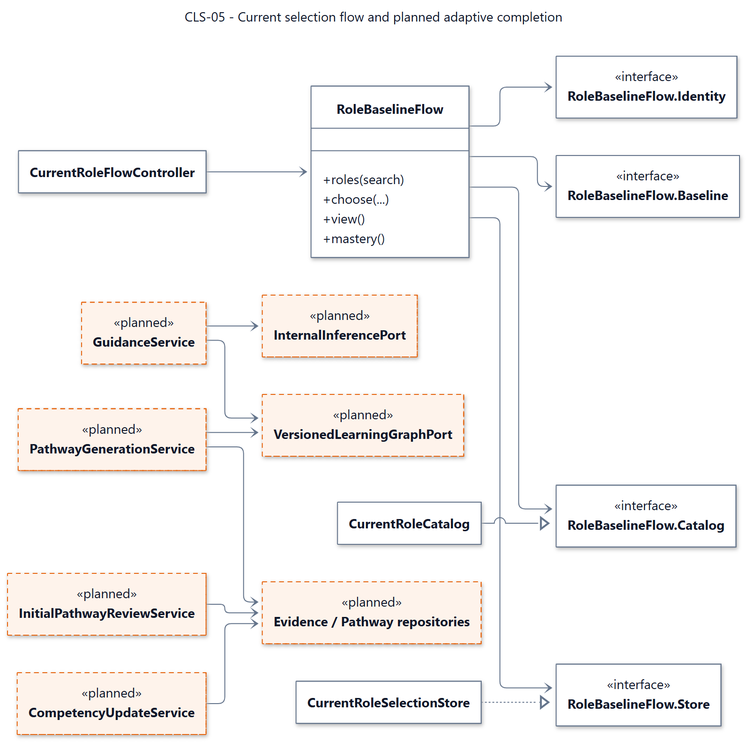
Earlier version of the Mermaid export documents/diagrams/mermaid/cls-05.png (SEP490-Fall-2026-GFA26SE64/SEP490). Its source is kept beside it as documents/diagrams/mermaid/cls-05.mmd. Source of this version:
```mermaid
---
title: "CLS-05 - Current selection flow and planned adaptive completion"
config: {"theme":"base","fontFamily":"Segoe UI, Arial, sans-serif","themeVariables":{"fontFamily":"Segoe UI, Arial, sans-serif","fontSize":"14px","primaryColor":"#ffffff","primaryTextColor":"#0f1729","primaryBorderColor":"#64748b","secondaryColor":"#fef3eb","tertiaryColor":"#ffffff","lineColor":"#64748b","textColor":"#0f1729","mainBkg":"#ffffff","background":"#ffffff","clusterBkg":"#ffffff","clusterBorder":"#64748b","edgeLabelBackground":"#ffffff","titleColor":"#0f1729","noteBkgColor":"#fef3eb","noteTextColor":"#0f1729","noteBorderColor":"#e6650f","classText":"#0f1729","secondaryBorderColor":"#64748b","tertiaryBorderColor":"#64748b","secondaryTextColor":"#0f1729","tertiaryTextColor":"#0f1729"},"layout":"elk","class":{"hideEmptyMembersBox":true,"nodeSpacing":44,"rankSpacing":70,"padding":12,"diagramPadding":24}}
---
classDiagram
  direction LR
  class SDD_CLS_05_CurrentRoleFlowController["CurrentRoleFlowController"]
  class SDD_CLS_05_RoleBaselineFlow["RoleBaselineFlow"] {
    +roles(search)
    +choose(...)
    +view()
    +mastery()
  }
  class SDD_CLS_05_CurrentRoleCatalog["CurrentRoleCatalog"]
  class SDD_CLS_05_CurrentRoleSelectionStore["CurrentRoleSelectionStore"]
  class SDD_CLS_05_Identity["RoleBaselineFlow.Identity"]
  <<interface>> SDD_CLS_05_Identity
  class SDD_CLS_05_CatalogPort["RoleBaselineFlow.Catalog"]
  <<interface>> SDD_CLS_05_CatalogPort
  class SDD_CLS_05_SelectionPort["RoleBaselineFlow.Store"]
  <<interface>> SDD_CLS_05_SelectionPort
  class SDD_CLS_05_BaselinePort["RoleBaselineFlow.Baseline"]
  <<interface>> SDD_CLS_05_BaselinePort
  class SDD_CLS_05_Guidance["GuidanceService"]
  <<planned>> SDD_CLS_05_Guidance
  class SDD_CLS_05_Competency["CompetencyUpdateService"]
  <<planned>> SDD_CLS_05_Competency
  class SDD_CLS_05_Pathway["PathwayGenerationService"]
  <<planned>> SDD_CLS_05_Pathway
  class SDD_CLS_05_Review["InitialPathwayReviewService"]
  <<planned>> SDD_CLS_05_Review
  class SDD_CLS_05_LLM["InternalInferencePort"]
  <<planned>> SDD_CLS_05_LLM
  class SDD_CLS_05_Graph["VersionedLearningGraphPort"]
  <<planned>> SDD_CLS_05_Graph
  class SDD_CLS_05_Repos["Evidence / Pathway repositories"]
  <<planned>> SDD_CLS_05_Repos
  SDD_CLS_05_CurrentRoleFlowController --> SDD_CLS_05_RoleBaselineFlow
  SDD_CLS_05_RoleBaselineFlow --> SDD_CLS_05_Identity
  SDD_CLS_05_RoleBaselineFlow --> SDD_CLS_05_CatalogPort
  SDD_CLS_05_RoleBaselineFlow --> SDD_CLS_05_SelectionPort
  SDD_CLS_05_RoleBaselineFlow --> SDD_CLS_05_BaselinePort
  SDD_CLS_05_CurrentRoleCatalog ..|> SDD_CLS_05_CatalogPort
  SDD_CLS_05_CurrentRoleSelectionStore ..|> SDD_CLS_05_SelectionPort
  SDD_CLS_05_Guidance --> SDD_CLS_05_LLM
  SDD_CLS_05_Guidance --> SDD_CLS_05_Graph
  SDD_CLS_05_Competency --> SDD_CLS_05_Repos
  SDD_CLS_05_Pathway --> SDD_CLS_05_Repos
  SDD_CLS_05_Pathway --> SDD_CLS_05_Graph
  SDD_CLS_05_Review --> SDD_CLS_05_Repos

  style SDD_CLS_05_Guidance fill:#fef3eb,stroke:#e6650f,color:#0f1729,stroke-dasharray:5 4
  style SDD_CLS_05_Competency fill:#fef3eb,stroke:#e6650f,color:#0f1729,stroke-dasharray:5 4
  style SDD_CLS_05_Pathway fill:#fef3eb,stroke:#e6650f,color:#0f1729,stroke-dasharray:5 4
  style SDD_CLS_05_Review fill:#fef3eb,stroke:#e6650f,color:#0f1729,stroke-dasharray:5 4
  style SDD_CLS_05_LLM fill:#fef3eb,stroke:#e6650f,color:#0f1729,stroke-dasharray:5 4
  style SDD_CLS_05_Graph fill:#fef3eb,stroke:#e6650f,color:#0f1729,stroke-dasharray:5 4
  style SDD_CLS_05_Repos fill:#fef3eb,stroke:#e6650f,color:#0f1729,stroke-dasharray:5 4
```
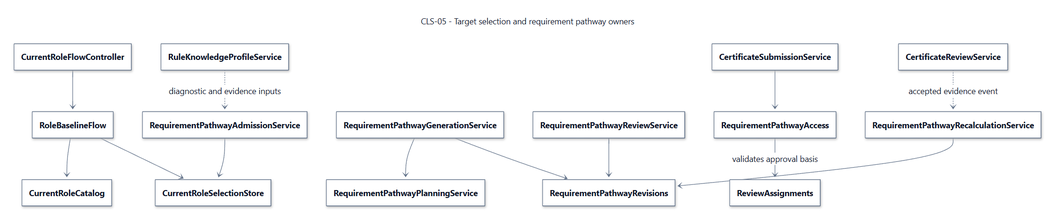
After the commit.

Change to the diagram source:
```diff
@@ -1,58 +1,34 @@
 ---
-title: "CLS-05 - Current selection flow and planned adaptive completion"
-config: {"theme":"base","fontFamily":"Segoe UI, Arial, sans-serif","themeVariables":{"fontFamily":"Segoe UI, Arial, sans-serif","fontSize":"14px","primaryColor":"#ffffff","primaryTextColor":"#0f1729","primaryBorderColor":"#64748b","secondaryColor":"#fef3eb","tertiaryColor":"#ffffff","lineColor":"#64748b","textColor":"#0f1729","mainBkg":"#ffffff","background":"#ffffff","clusterBkg":"#ffffff","clusterBorder":"#64748b","edgeLabelBackground":"#ffffff","titleColor":"#0f1729","noteBkgColor":"#fef3eb","noteTextColor":"#0f1729","noteBorderColor":"#e6650f","classText":"#0f1729","secondaryBorderColor":"#64748b","tertiaryBorderColor":"#64748b","secondaryTextColor":"#0f1729","tertiaryTextColor":"#0f1729"},"layout":"elk","class":{"hideEmptyMembersBox":true,"nodeSpacing":44,"rankSpacing":70,"padding":12,"diagramPadding":24}}
+title: "CLS-05 - Target selection and requirement pathway owners"
+config: {"theme":"base","fontFamily":"Segoe UI, Arial, sans-serif","themeVariables":{"fontFamily":"Segoe UI, Arial, sans-serif","fontSize":"14px","primaryColor":"#ffffff","primaryTextColor":"#0f1729","primaryBorderColor":"#64748b","secondaryColor":"#fef3eb","tertiaryColor":"#ffffff","lineColor":"#64748b","textColor":"#0f1729","mainBkg":"#ffffff","background":"#ffffff","clusterBkg":"#ffffff","clusterBorder":"#64748b","edgeLabelBackground":"#ffffff","titleColor":"#0f1729","noteBkgColor":"#fef3eb","noteTextColor":"#0f1729","noteBorderColor":"#e6650f","classText":"#0f1729","secondaryBorderColor":"#64748b","tertiaryBorderColor":"#64748b","secondaryTextColor":"#0f1729","tertiaryTextColor":"#0f1729"},"layout":"dagre","class":{"hideEmptyMembersBox":true,"nodeSpacing":44,"rankSpacing":70,"padding":12,"diagramPadding":24}}
 ---
+
 classDiagram
-  direction LR
-  class SDD_CLS_05_CurrentRoleFlowController["CurrentRoleFlowController"]
-  class SDD_CLS_05_RoleBaselineFlow["RoleBaselineFlow"] {
-    +roles(search)
-    +choose(...)
-    +view()
-    +mastery()
-  }
-  class SDD_CLS_05_CurrentRoleCatalog["CurrentRoleCatalog"]
-  class SDD_CLS_05_CurrentRoleSelectionStore["CurrentRoleSelectionStore"]
-  class SDD_CLS_05_Identity["RoleBaselineFlow.Identity"]
-  <<interface>> SDD_CLS_05_Identity
-  class SDD_CLS_05_CatalogPort["RoleBaselineFlow.Catalog"]
-  <<interface>> SDD_CLS_05_CatalogPort
-  class SDD_CLS_05_SelectionPort["RoleBaselineFlow.Store"]
-  <<interface>> SDD_CLS_05_SelectionPort
-  class SDD_CLS_05_BaselinePort["RoleBaselineFlow.Baseline"]
-  <<interface>> SDD_CLS_05_BaselinePort
-  class SDD_CLS_05_Guidance["GuidanceService"]
-  <<planned>> SDD_CLS_05_Guidance
-  class SDD_CLS_05_Competency["CompetencyUpdateService"]
-  <<planned>> SDD_CLS_05_Competency
-  class SDD_CLS_05_Pathway["PathwayGenerationService"]
-  <<planned>> SDD_CLS_05_Pathway
-  class SDD_CLS_05_Review["InitialPathwayReviewService"]
-  <<planned>> SDD_CLS_05_Review
-  class SDD_CLS_05_LLM["InternalInferencePort"]
-  <<planned>> SDD_CLS_05_LLM
-  class SDD_CLS_05_Graph["VersionedLearningGraphPort"]
-  <<planned>> SDD_CLS_05_Graph
-  class SDD_CLS_05_Repos["Evidence / Pathway repositories"]
-  <<planned>> SDD_CLS_05_Repos
-  SDD_CLS_05_CurrentRoleFlowController --> SDD_CLS_05_RoleBaselineFlow
-  SDD_CLS_05_RoleBaselineFlow --> SDD_CLS_05_Identity
-  SDD_CLS_05_RoleBaselineFlow --> SDD_CLS_05_CatalogPort
-  SDD_CLS_05_RoleBaselineFlow --> SDD_CLS_05_SelectionPort
-  SDD_CLS_05_RoleBaselineFlow --> SDD_CLS_05_BaselinePort
-  SDD_CLS_05_CurrentRoleCatalog ..|> SDD_CLS_05_CatalogPort
-  SDD_CLS_05_CurrentRoleSelectionStore ..|> SDD_CLS_05_SelectionPort
-  SDD_CLS_05_Guidance --> SDD_CLS_05_LLM
-  SDD_CLS_05_Guidance --> SDD_CLS_05_Graph
-  SDD_CLS_05_Competency --> SDD_CLS_05_Repos
-  SDD_CLS_05_Pathway --> SDD_CLS_05_Repos
-  SDD_CLS_05_Pathway --> SDD_CLS_05_Graph
-  SDD_CLS_05_Review --> SDD_CLS_05_Repos
-
-  style SDD_CLS_05_Guidance fill:#fef3eb,stroke:#e6650f,color:#0f1729,stroke-dasharray:5 4
-  style SDD_CLS_05_Competency fill:#fef3eb,stroke:#e6650f,color:#0f1729,stroke-dasharray:5 4
-  style SDD_CLS_05_Pathway fill:#fef3eb,stroke:#e6650f,color:#0f1729,stroke-dasharray:5 4
-  style SDD_CLS_05_Review fill:#fef3eb,stroke:#e6650f,color:#0f1729,stroke-dasharray:5 4
-  style SDD_CLS_05_LLM fill:#fef3eb,stroke:#e6650f,color:#0f1729,stroke-dasharray:5 4
-  style SDD_CLS_05_Graph fill:#fef3eb,stroke:#e6650f,color:#0f1729,stroke-dasharray:5 4
-  style SDD_CLS_05_Repos fill:#fef3eb,stroke:#e6650f,color:#0f1729,stroke-dasharray:5 4
+  direction TB
+  class CurrentRoleFlowController
+  class RoleBaselineFlow
+  class CurrentRoleCatalog
+  class CurrentRoleSelectionStore
+  class RequirementPathwayAdmissionService
+  class RequirementPathwayGenerationService
+  class RequirementPathwayPlanningService
+  class RequirementPathwayReviewService
+  class RequirementPathwayAccess
+  class RequirementPathwayRecalculationService
+  class RequirementPathwayRevisions
+  class RuleKnowledgeProfileService
+  class CertificateSubmissionService
+  class CertificateReviewService
+  CurrentRoleFlowController --> RoleBaselineFlow
+  RoleBaselineFlow --> CurrentRoleCatalog
+  RoleBaselineFlow --> CurrentRoleSelectionStore
+  RequirementPathwayAdmissionService --> CurrentRoleSelectionStore
+  RequirementPathwayGenerationService --> RequirementPathwayPlanningService
+  RequirementPathwayGenerationService --> RequirementPathwayRevisions
+  RequirementPathwayReviewService --> RequirementPathwayRevisions
+  RequirementPathwayRecalculationService --> RequirementPathwayRevisions
+  class ReviewAssignments
+  RequirementPathwayAccess --> ReviewAssignments : validates approval basis
+  RuleKnowledgeProfileService ..> RequirementPathwayAdmissionService : diagnostic and evidence inputs
+  CertificateSubmissionService --> RequirementPathwayAccess
+  CertificateReviewService ..> RequirementPathwayRecalculationService : accepted evidence event
```
